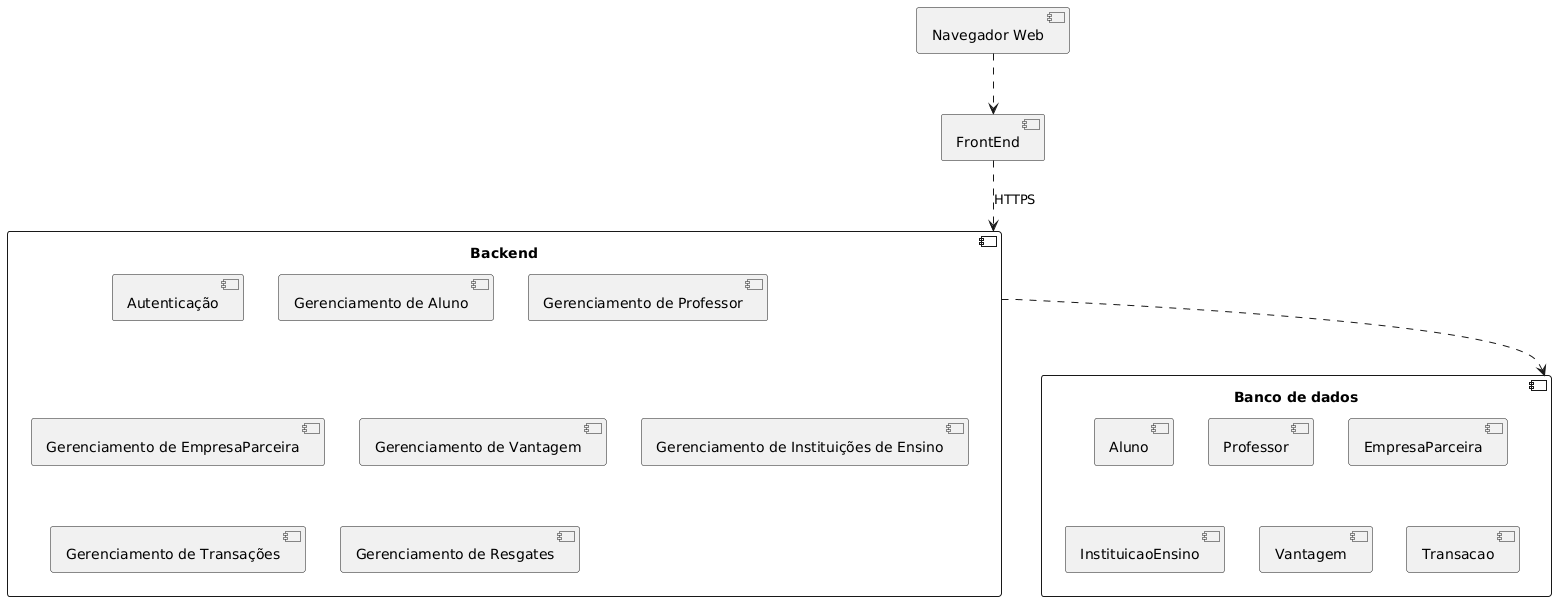
Before: project/img/DiagramaDeComponentes.png, a diagram exported from PlantUML (Eduuhms/LDS-Sistema-de-Moeda-Estudantil). Its diagram source:
```plantuml
@startuml
component "Navegador Web" as Web

component "FrontEnd" as FrontEnd

component "Backend" as Backend {
  component "Autenticação"
  component "Gerenciamento de Aluno"
  component "Gerenciamento de Professor"
  component "Gerenciamento de EmpresaParceira"
  component "Gerenciamento de Vantagem"
  component "Gerenciamento de Instituições de Ensino"
  component "Gerenciamento de Transações"
  component "Gerenciamento de Resgates"
}

component "Banco de dados" as BD {
  component "Aluno"
  component "Professor"
  component "EmpresaParceira"
  component "InstituicaoEnsino"
  component "Vantagem"
  component "Transacao"
}

Web ..> FrontEnd
FrontEnd ..> Backend : HTTPS
Backend ..> BD
@enduml
```
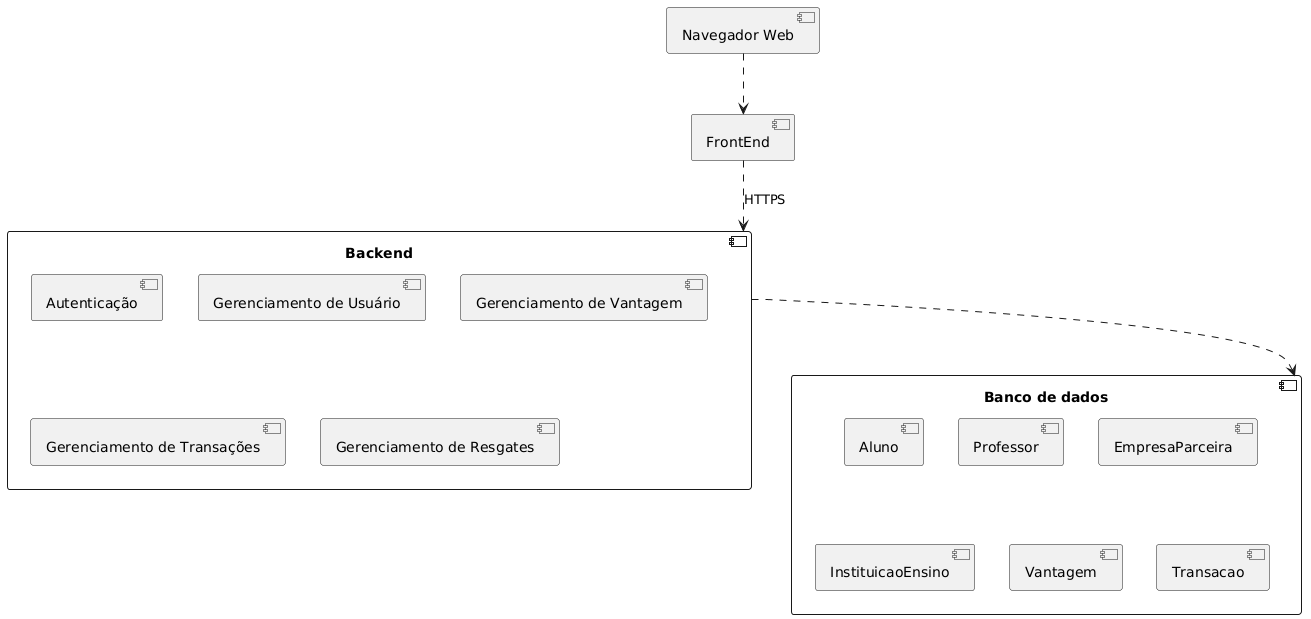
Later version of the same file.

Change to the diagram source:
```diff
@@ -5,11 +5,8 @@
 
 component "Backend" as Backend {
   component "Autenticação"
-  component "Gerenciamento de Aluno"
-  component "Gerenciamento de Professor"
-  component "Gerenciamento de EmpresaParceira"
+  component "Gerenciamento de Usuário"
   component "Gerenciamento de Vantagem"
-  component "Gerenciamento de Instituições de Ensino"
   component "Gerenciamento de Transações"
   component "Gerenciamento de Resgates"
 }
```
